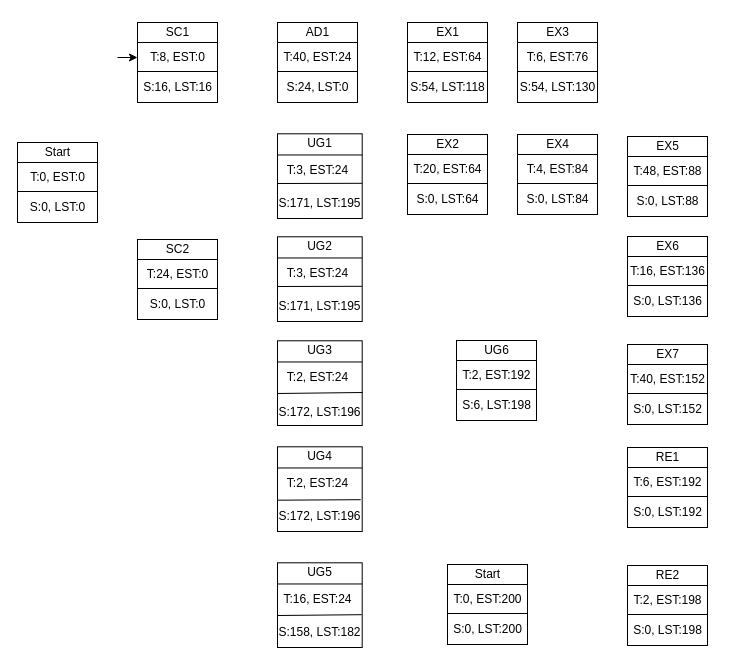
The draw.io diagram CPM.drawio in jonamadk/DrawIO, before the edit. Source tidied: cells renumbered, new cells numbered last; positions are measured from the earlier drawing's top-left corner, leaving out a move shared by most shapes. Both pictures are drawn from the tidied source at 100%, with x=0, y=0 at pixel (17, 17).
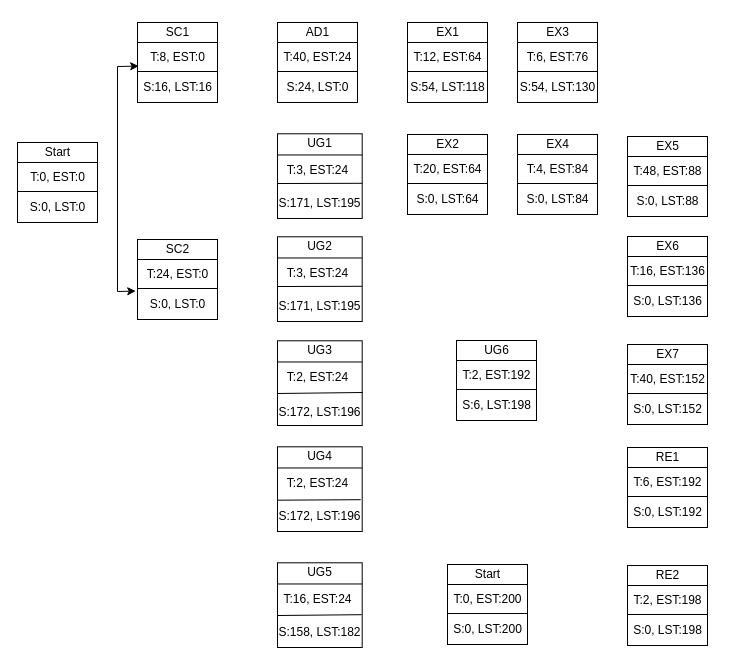
The same diagram, later.

The change refers to these unchanged cells:
```xml
<mxCell id="14" value="T:24, EST:0" style="text;html=1;align=center;verticalAlign=middle;points=[];strokeColor=none;fillColor=none;" parent="9" vertex="1">
  <mxGeometry y="25" width="80" height="30" as="geometry" />
</mxCell>
<mxCell id="21" value="T:8, EST:0" style="text;html=1;align=center;verticalAlign=middle;points=[];strokeColor=none;fillColor=none;" parent="16" vertex="1">
  <mxGeometry y="25" width="80" height="30" as="geometry" />
</mxCell>
```

Diff of the diagram source:
```diff
@@
-    <mxCell id="144" style="endArrow=classic;html=1;rounded=0;" parent="1" edge="1">
-      <mxGeometry relative="1" as="geometry">
-        <mxPoint x="100" y="40" as="sourcePoint" />
-        <mxPoint x="120" y="40" as="targetPoint" />
-      </mxGeometry>
-    </mxCell>
+    <mxCell id="145" style="endArrow=classic;startArrow=classic;html=1;rounded=0;entryX=0.015;entryY=0.787;entryDx=0;entryDy=0;entryPerimeter=0;exitX=-0.022;exitY=1.053;exitDx=0;exitDy=0;exitPerimeter=0;" parent="1" edge="1" source="14" target="21">
+      <mxGeometry relative="1" as="geometry">
+        <Array as="points">
+          <mxPoint x="100" y="274" />
+          <mxPoint x="100" y="49" />
+        </Array>
+      </mxGeometry>
+    </mxCell>
```
